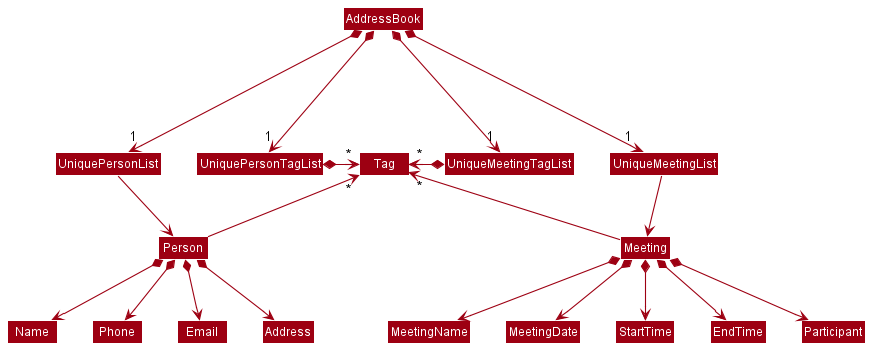
Before: docs/images/BetterModelClassDiagram.png, a diagram exported from PlantUML (tomascherian/tp).
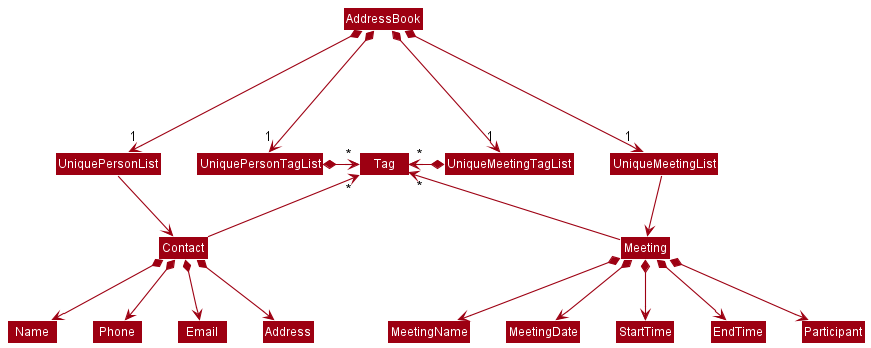
The same file after the commit.

Commit message:
Fix minor typos in diagrams and DG

What changed in the source:
```diff
@@ -14,18 +14,18 @@
 
 
 UniquePersonTagList *-right-> "*" Tag
-UniquePersonList -down-> Person
+UniquePersonList -down-> Contact
 
 UniqueMeetingTagList *-left-> "*" Tag
 UniqueMeetingList -down-> Meeting
 
-Person -up-> "*" Tag
+Contact -up-> "*" Tag
 Meeting -up-> "*" Tag
 
-Person *--> Name
-Person *--> Phone
-Person *--> Email
-Person *--> Address
+Contact *--> Name
+Contact *--> Phone
+Contact *--> Email
+Contact *--> Address
 
 Meeting *--> MeetingName
 Meeting *--> MeetingDate
```
